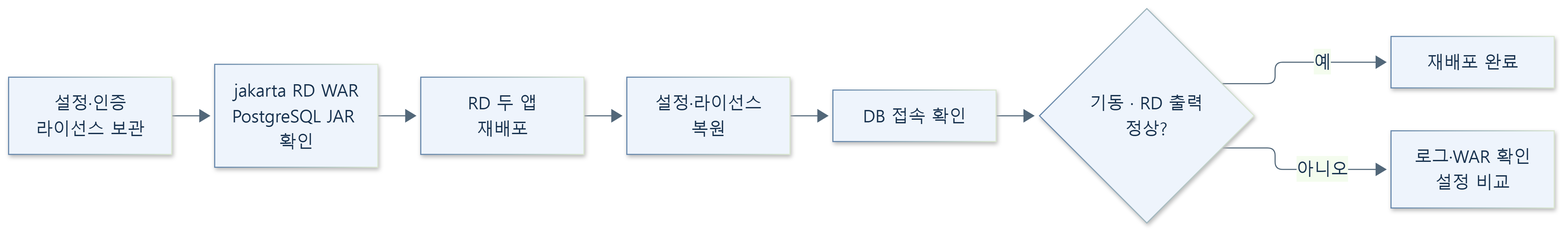
Before: assets/withhr/rd-redeploy-flow.png, a diagram exported from Mermaid (mnuil/mnuil). Its source is kept beside it as assets/withhr/rd-redeploy-flow.mmd. The source it was exported from:
```mermaid
%%{init: {"theme":"base","fontFamily":"Malgun Gothic, sans-serif","themeVariables":{"fontFamily":"Malgun Gothic, sans-serif","fontSize":"16px","primaryColor":"#eef4fc","primaryTextColor":"#18324f","primaryBorderColor":"#6284aa","lineColor":"#526779","actorBkg":"#eef4fc","actorBorder":"#6284aa"},"flowchart":{"htmlLabels":true,"nodeSpacing":24,"rankSpacing":28,"padding":16},"sequence":{"actorMargin":35,"messageMargin":24,"noteMargin":12,"mirrorActors":false,"useMaxWidth":true}}}%%
flowchart LR
 A["설정·인증<br/>라이선스 보관"] --> B["jakarta RD WAR<br/>PostgreSQL JAR 확인"] --> C["RD 두 앱<br/>재배포"]
 C --> D["설정·라이선스<br/>복원"] --> E["DB 접속 확인"] --> F{"기동 · RD 출력<br/>정상?"}
 F -->|예| G["재배포 완료"]
 F -->|아니오| H["로그·WAR 확인<br/>설정 비교"]
```
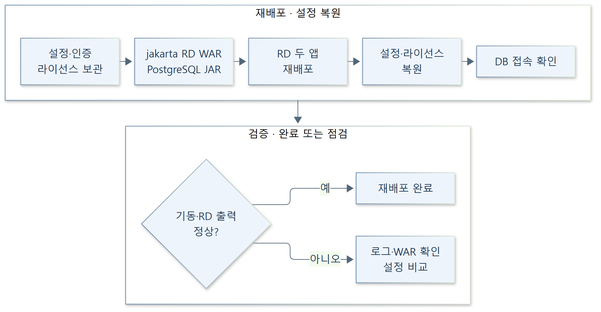
Later version of the same file.

Change to the diagram source:
```diff
@@ -1,6 +1,12 @@
 %%{init: {"theme":"base","fontFamily":"Malgun Gothic, sans-serif","themeVariables":{"fontFamily":"Malgun Gothic, sans-serif","fontSize":"16px","primaryColor":"#eef4fc","primaryTextColor":"#18324f","primaryBorderColor":"#6284aa","lineColor":"#526779","actorBkg":"#eef4fc","actorBorder":"#6284aa"},"flowchart":{"htmlLabels":true,"nodeSpacing":24,"rankSpacing":28,"padding":16},"sequence":{"actorMargin":35,"messageMargin":24,"noteMargin":12,"mirrorActors":false,"useMaxWidth":true}}}%%
-flowchart LR
- A["설정·인증<br/>라이선스 보관"] --> B["jakarta RD WAR<br/>PostgreSQL JAR 확인"] --> C["RD 두 앱<br/>재배포"]
- C --> D["설정·라이선스<br/>복원"] --> E["DB 접속 확인"] --> F{"기동 · RD 출력<br/>정상?"}
- F -->|예| G["재배포 완료"]
+flowchart TB
+ subgraph PREP["재배포 · 설정 복원"]
+ direction LR
+ A["설정·인증<br/>라이선스 보관"] --> B["jakarta RD WAR<br/>PostgreSQL JAR"] --> C["RD 두 앱<br/>재배포"] --> D["설정·라이선스<br/>복원"] --> E["DB 접속 확인"]
+ end
+ subgraph CHECK["검증 · 완료 또는 점검"]
+ direction LR
+ F{"기동·RD 출력<br/>정상?"} -->|예| G["재배포 완료"]
  F -->|아니오| H["로그·WAR 확인<br/>설정 비교"]
+ end
+ PREP --> CHECK
```
